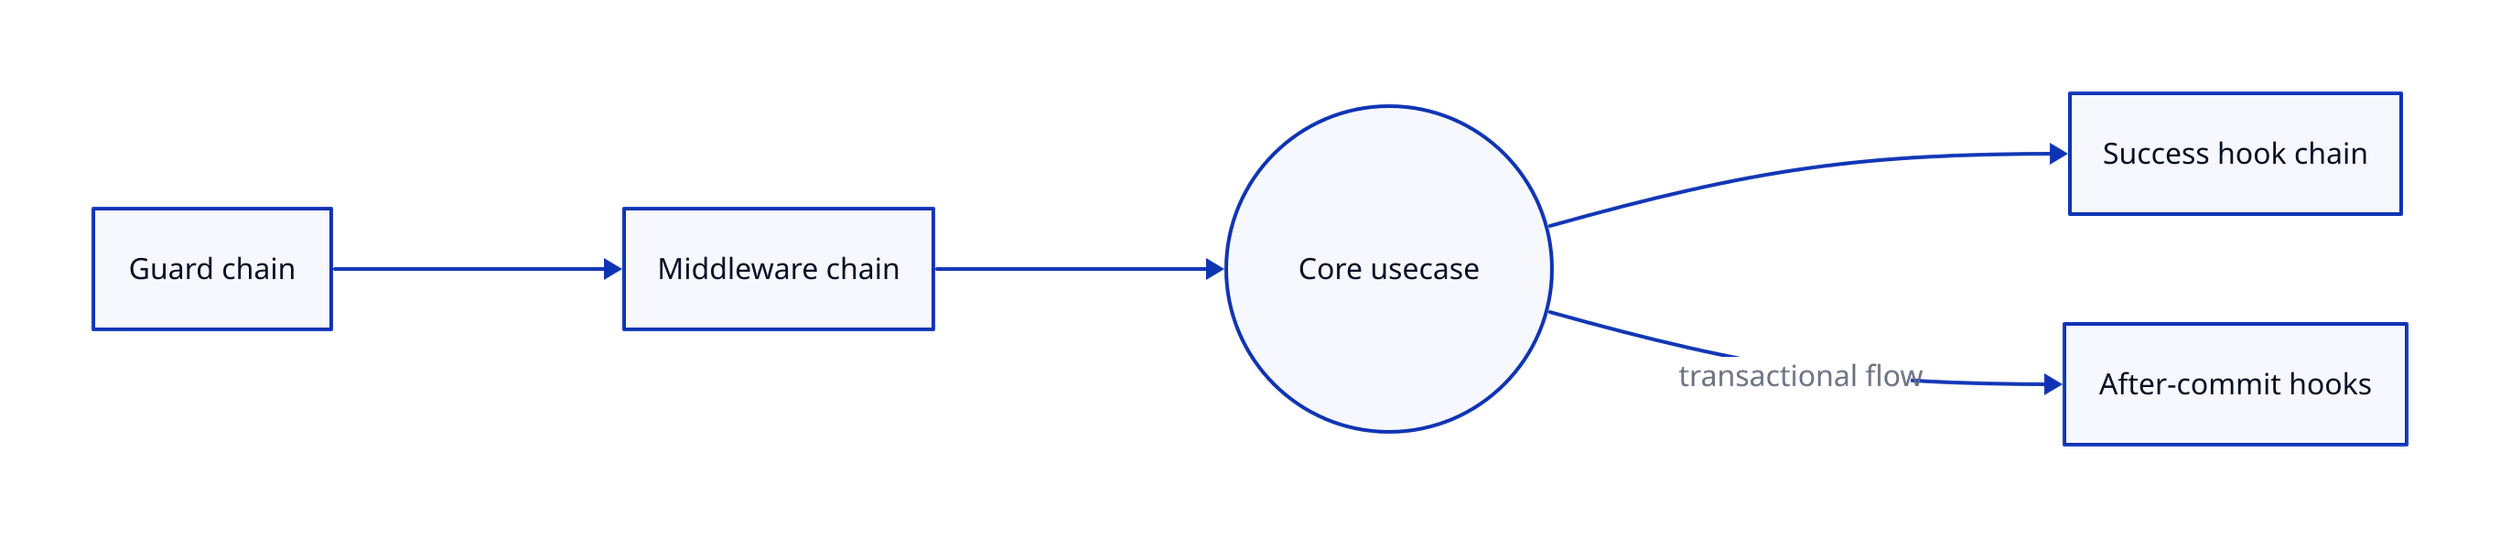
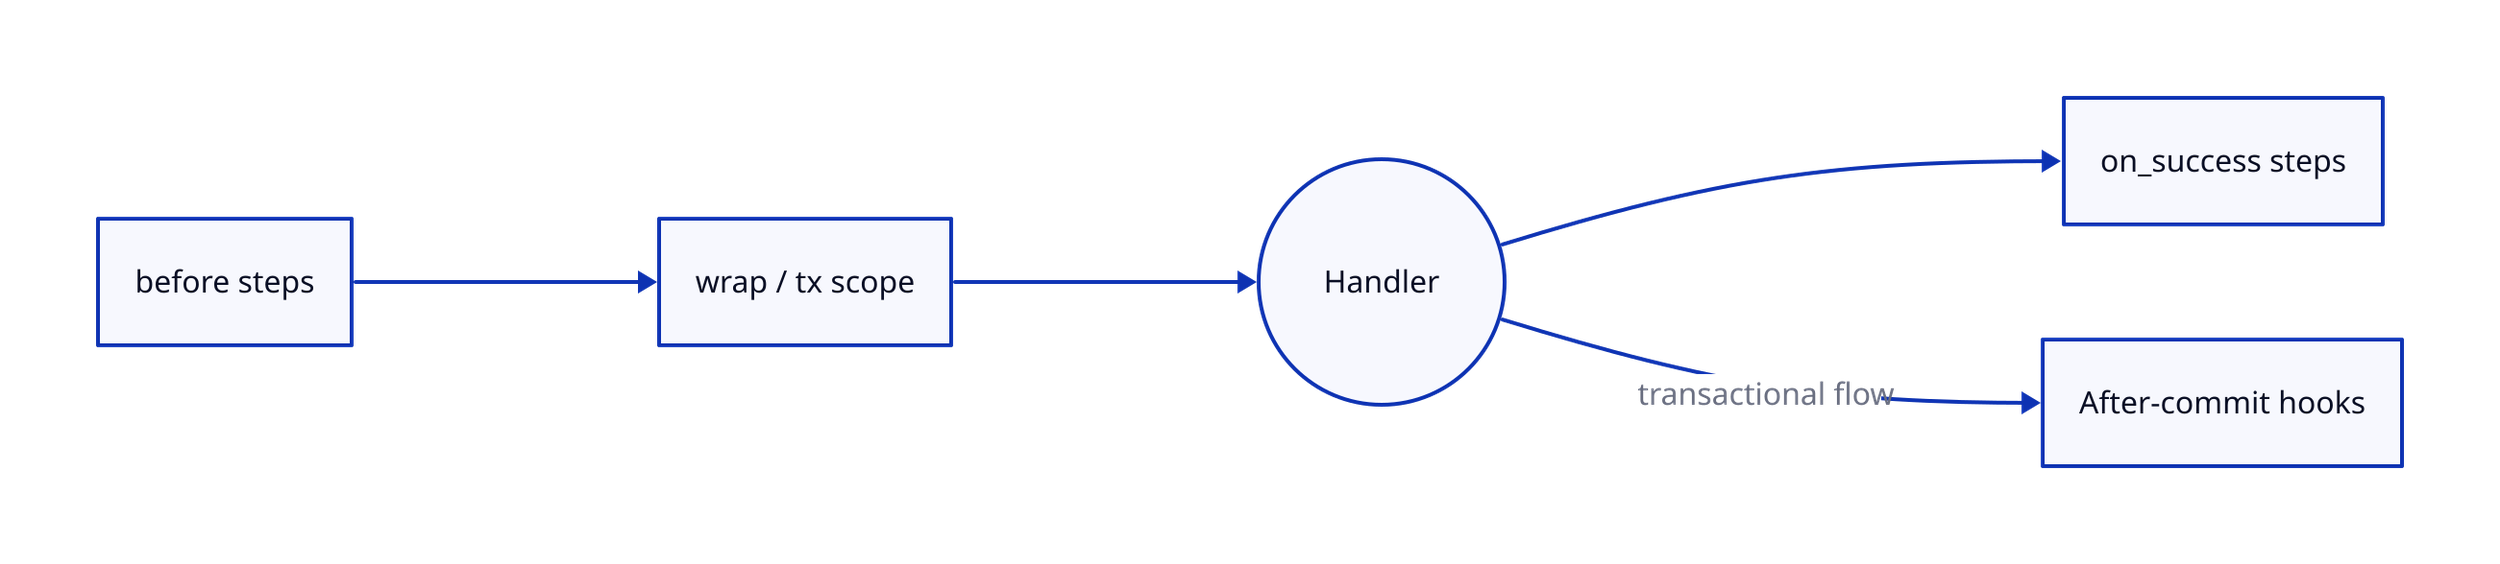
style: {
    fill: transparent
}

vars: {
    d2-config: {
        pad: 50
    }
}

direction: right

- Guards: {
+ Before: {
    shape: rectangle
-     label: Guard chain
+     label: before steps
}

- Middlewares: {
+ Wrap: {
    shape: rectangle
-     label: Middleware chain
+     label: wrap / tx scope
}

- Usecase: {
+ Handler: {
    shape: circle
-     label: Core usecase
+     label: Handler
}

- Effects: {
+ OnSuccess: {
    shape: rectangle
-     label: Success hook chain
+     label: on_success steps
}

AfterCommit: {
    shape: rectangle
    label: After-commit hooks
}

- Guards -> Middlewares -> Usecase -> Effects
- Usecase -> AfterCommit: transactional flow
+ Before -> Wrap -> Handler -> OnSuccess
+ Handler -> AfterCommit: transactional flow
